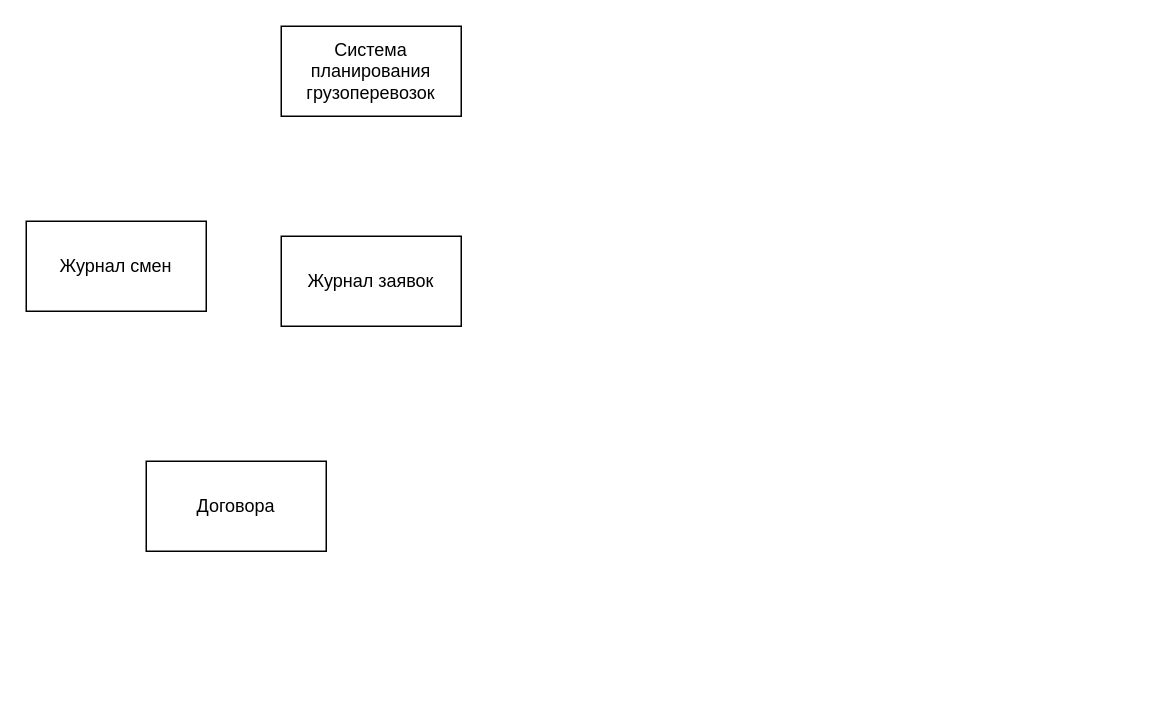
psihioga/Sendsay_test_exercise keeps this draw.io diagram as экранные формы.drawio. Above is the earlier version. Source tidied: cells renumbered, new cells numbered last; positions are measured from the earlier drawing's top-left corner, leaving out a move shared by most shapes. Both pictures are drawn from the tidied source at 150%, with x=0, y=0 at pixel (26, 26).
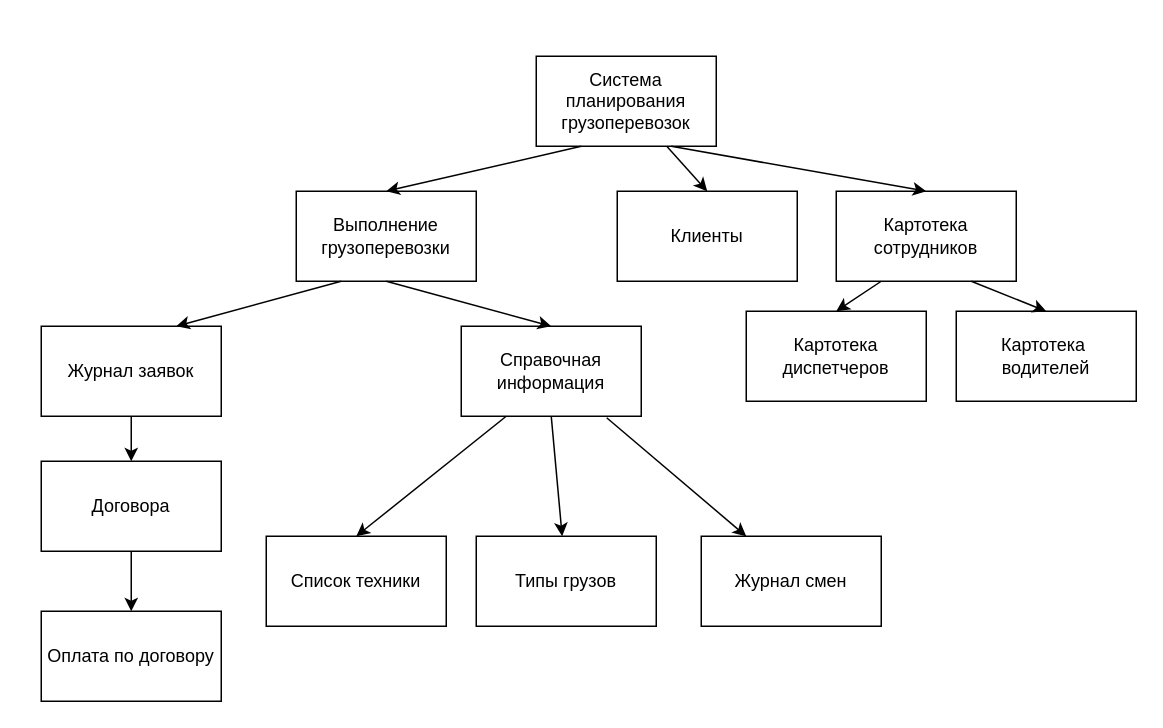
The same page after the edit.

What changed in the source:
```diff
@@
     <mxCell id="2" value="Система планирования грузоперевозок" style="rounded=0;whiteSpace=wrap;html=1;" parent="1" vertex="1">
-      <mxGeometry x="170" width="120" height="60" as="geometry" />
+      <mxGeometry x="340" y="20" width="120" height="60" as="geometry" />
     </mxCell>
     <mxCell id="3" value="Журнал смен" style="rounded=0;whiteSpace=wrap;html=1;" parent="1" vertex="1">
-      <mxGeometry y="130" width="120" height="60" as="geometry" />
+      <mxGeometry x="450" y="340" width="120" height="60" as="geometry" />
     </mxCell>
     <mxCell id="4" value="Журнал заявок" style="rounded=0;whiteSpace=wrap;html=1;" parent="1" vertex="1">
-      <mxGeometry x="170" y="140" width="120" height="60" as="geometry" />
+      <mxGeometry x="10" y="200" width="120" height="60" as="geometry" />
     </mxCell>
     <mxCell id="5" value="Договора" style="rounded=0;whiteSpace=wrap;html=1;" parent="1" vertex="1">
-      <mxGeometry x="80" y="290" width="120" height="60" as="geometry" />
+      <mxGeometry x="10" y="290" width="120" height="60" as="geometry" />
     </mxCell>
+    <mxCell id="6" value="Клиенты" style="rounded=0;whiteSpace=wrap;html=1;" parent="1" vertex="1">
+      <mxGeometry x="394" y="110" width="120" height="60" as="geometry" />
+    </mxCell>
+    <mxCell id="7" value="Картотека сотрудников" style="rounded=0;whiteSpace=wrap;html=1;" parent="1" vertex="1">
+      <mxGeometry x="540" y="110" width="120" height="60" as="geometry" />
+    </mxCell>
+    <mxCell id="8" value="Картотека диспетчеров" style="rounded=0;whiteSpace=wrap;html=1;" parent="1" vertex="1">
+      <mxGeometry x="480" y="190" width="120" height="60" as="geometry" />
+    </mxCell>
+    <mxCell id="9" value="Картотека&amp;nbsp; водителей" style="rounded=0;whiteSpace=wrap;html=1;" parent="1" vertex="1">
+      <mxGeometry x="620" y="190" width="120" height="60" as="geometry" />
+    </mxCell>
+    <mxCell id="10" value="Список техники" style="rounded=0;whiteSpace=wrap;html=1;" parent="1" vertex="1">
+      <mxGeometry x="160" y="340" width="120" height="60" as="geometry" />
+    </mxCell>
+    <mxCell id="11" value="Типы грузов" style="rounded=0;whiteSpace=wrap;html=1;" parent="1" vertex="1">
+      <mxGeometry x="300" y="340" width="120" height="60" as="geometry" />
+    </mxCell>
+    <mxCell id="12" value="Оплата по договору" style="rounded=0;whiteSpace=wrap;html=1;" parent="1" vertex="1">
+      <mxGeometry x="10" y="390" width="120" height="60" as="geometry" />
+    </mxCell>
+    <mxCell id="13" style="endArrow=classic;html=1;rounded=0;exitX=0.75;exitY=1;exitDx=0;exitDy=0;entryX=0.5;entryY=0;entryDx=0;entryDy=0;" parent="1" edge="1" source="2" target="7">
+      <mxGeometry relative="1" as="geometry" />
+    </mxCell>
+    <mxCell id="14" style="endArrow=none;startArrow=classic;html=1;rounded=0;entryX=0.25;entryY=1;entryDx=0;entryDy=0;exitX=0.5;exitY=0;exitDx=0;exitDy=0;startFill=1;endFill=0;" parent="1" edge="1" source="8" target="7">
+      <mxGeometry relative="1" as="geometry" />
+    </mxCell>
+    <mxCell id="15" style="endArrow=classic;html=1;rounded=0;exitX=0.75;exitY=1;exitDx=0;exitDy=0;entryX=0.5;entryY=0;entryDx=0;entryDy=0;" parent="1" edge="1" source="7" target="9">
+      <mxGeometry relative="1" as="geometry" />
+    </mxCell>
+    <mxCell id="16" style="endArrow=classic;html=1;rounded=0;entryX=0.5;entryY=0;entryDx=0;entryDy=0;" parent="1" edge="1" source="2" target="6">
+      <mxGeometry relative="1" as="geometry" />
+    </mxCell>
+    <mxCell id="17" value="Выполнение грузоперевозки" style="rounded=0;whiteSpace=wrap;html=1;" parent="1" vertex="1">
+      <mxGeometry x="180" y="110" width="120" height="60" as="geometry" />
+    </mxCell>
+    <mxCell id="18" style="endArrow=classic;html=1;rounded=0;exitX=0.25;exitY=1;exitDx=0;exitDy=0;entryX=0.5;entryY=0;entryDx=0;entryDy=0;" parent="1" edge="1" source="2" target="17">
+      <mxGeometry relative="1" as="geometry" />
+    </mxCell>
+    <mxCell id="19" style="endArrow=classic;html=1;rounded=0;exitX=0.25;exitY=1;exitDx=0;exitDy=0;entryX=0.75;entryY=0;entryDx=0;entryDy=0;" parent="1" edge="1" source="17" target="4">
+      <mxGeometry relative="1" as="geometry" />
+    </mxCell>
+    <mxCell id="20" value="Справочная информация" style="rounded=0;whiteSpace=wrap;html=1;" parent="1" vertex="1">
+      <mxGeometry x="290" y="200" width="120" height="60" as="geometry" />
+    </mxCell>
+    <mxCell id="21" style="endArrow=classic;html=1;rounded=0;exitX=0.5;exitY=1;exitDx=0;exitDy=0;entryX=0.5;entryY=0;entryDx=0;entryDy=0;" parent="1" edge="1" source="4" target="5">
+      <mxGeometry relative="1" as="geometry" />
+    </mxCell>
+    <mxCell id="22" style="endArrow=classic;html=1;rounded=0;exitX=0.5;exitY=1;exitDx=0;exitDy=0;entryX=0.5;entryY=0;entryDx=0;entryDy=0;" parent="1" edge="1" source="5" target="12">
+      <mxGeometry relative="1" as="geometry" />
+    </mxCell>
+    <mxCell id="23" style="endArrow=classic;html=1;rounded=0;exitX=0.5;exitY=1;exitDx=0;exitDy=0;entryX=0.5;entryY=0;entryDx=0;entryDy=0;" parent="1" edge="1" source="17" target="20">
+      <mxGeometry relative="1" as="geometry" />
+    </mxCell>
+    <mxCell id="24" style="endArrow=classic;html=1;rounded=0;exitX=0.25;exitY=1;exitDx=0;exitDy=0;entryX=0.5;entryY=0;entryDx=0;entryDy=0;" parent="1" edge="1" source="20" target="10">
+      <mxGeometry relative="1" as="geometry" />
+    </mxCell>
+    <mxCell id="25" style="endArrow=classic;html=1;rounded=0;exitX=0.5;exitY=1;exitDx=0;exitDy=0;" parent="1" edge="1" source="20" target="11">
+      <mxGeometry relative="1" as="geometry" />
+    </mxCell>
+    <mxCell id="26" style="endArrow=classic;html=1;rounded=0;exitX=0.808;exitY=1.017;exitDx=0;exitDy=0;exitPerimeter=0;entryX=0.25;entryY=0;entryDx=0;entryDy=0;" parent="1" edge="1" source="20" target="3">
+      <mxGeometry relative="1" as="geometry" />
+    </mxCell>
```
